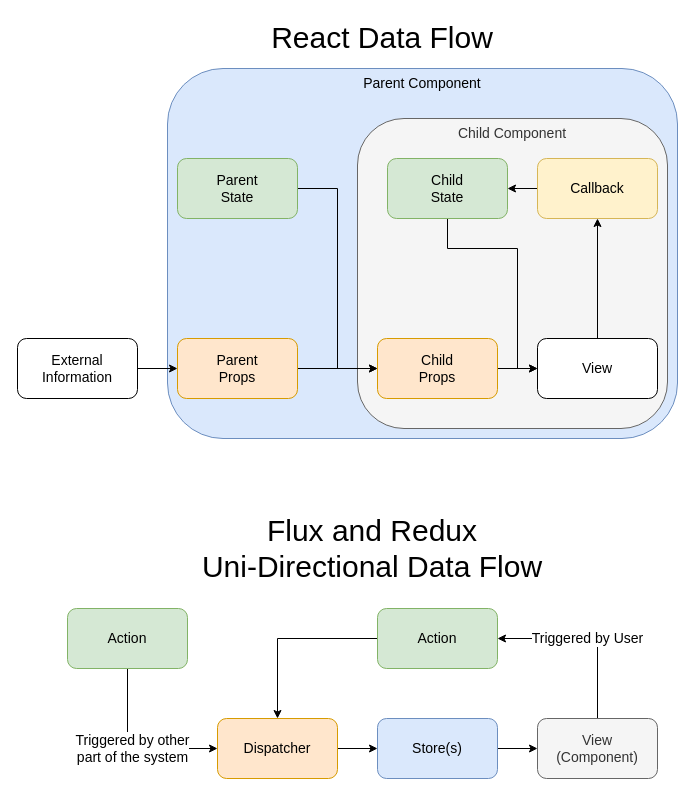
The draw.io diagram page "FluxRedux" (2 of 2) of diagrams/diagrams.drawio in pgeeh/first-to-react, before the edit. Source tidied: cells renumbered, new cells numbered last; positions are measured from the earlier drawing's top-left corner, leaving out a move shared by most shapes. Both pictures are drawn from the tidied source at 100%, with x=0, y=0 at pixel (17, 17).
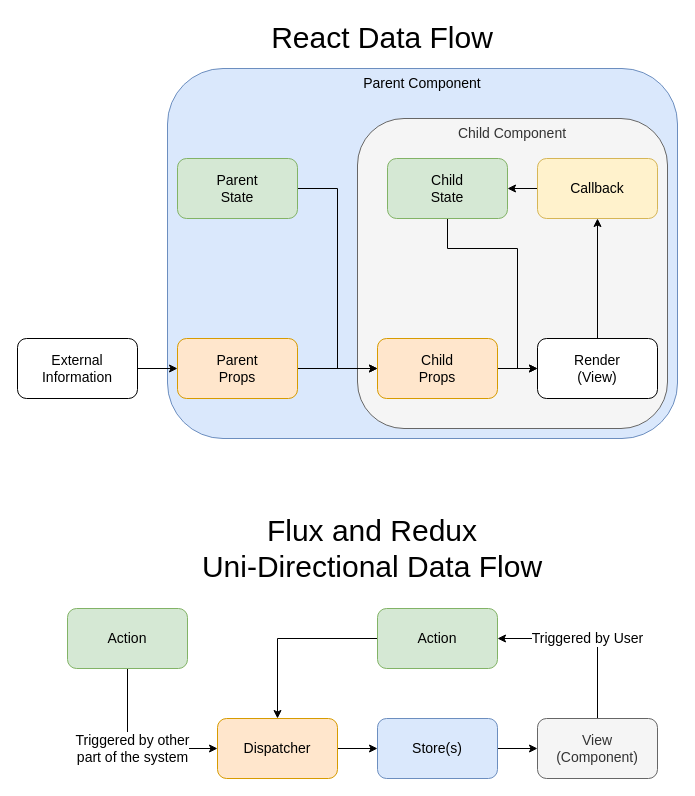
Above is the later version.

The edit, as a diff of the source:
```diff
@@
-    <mxCell id="20" value="View" style="rounded=1;whiteSpace=wrap;html=1;fontSize=14;" parent="1" vertex="1">
+    <mxCell id="20" value="Render&lt;br&gt;(View)" style="rounded=1;whiteSpace=wrap;html=1;fontSize=14;" parent="1" vertex="1">
       <mxGeometry x="520" y="321" width="120" height="60" as="geometry" />
     </mxCell>
```
